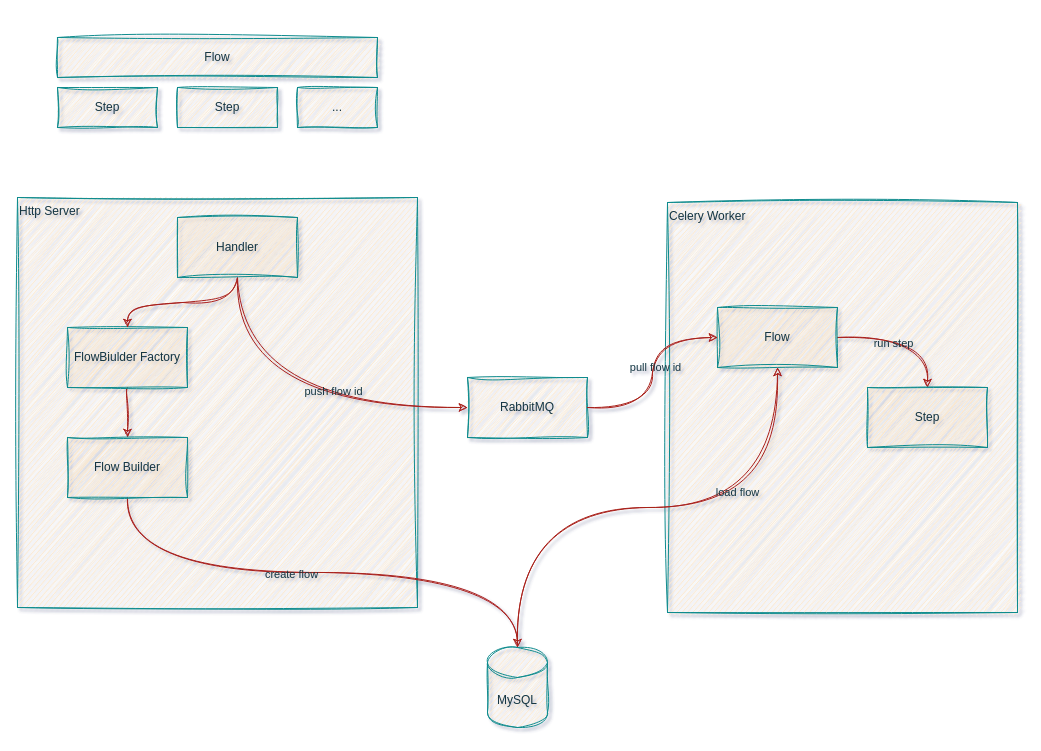
Before: 架构图.drawio in BeckChung/draw_io, a draw.io diagram. Source tidied: cells renumbered, new cells numbered last; positions are measured from the earlier drawing's top-left corner, leaving out a move shared by most shapes. Both pictures are drawn from the tidied source at 100%, with x=0, y=0 at pixel (17, 37).
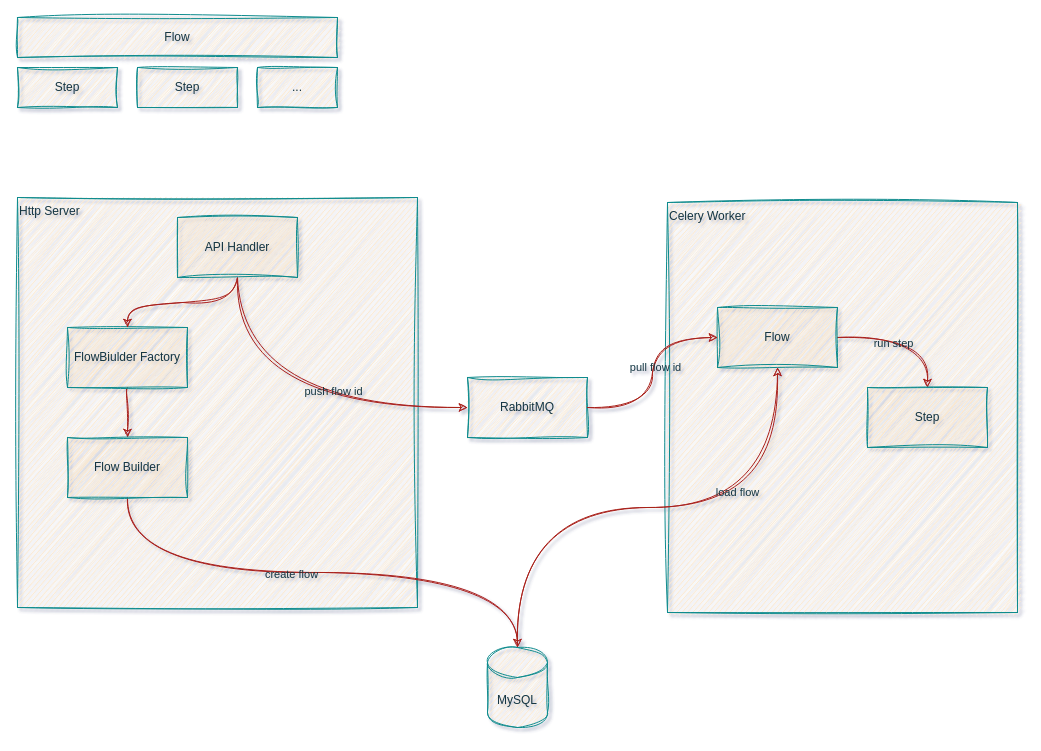
The same page after the edit.

Commit message (it also covers changes not shown here):
更新架构图.drawio

The edit, as a diff of the source:
```diff
@@
     <mxCell id="2" value="Flow" style="rounded=0;whiteSpace=wrap;html=1;labelBackgroundColor=none;fillColor=#FAE5C7;strokeColor=#0F8B8D;fontColor=#143642;sketch=1;curveFitting=1;jiggle=2;" parent="1" vertex="1">
-      <mxGeometry x="40" width="320" height="40" as="geometry" />
+      <mxGeometry y="-20" width="320" height="40" as="geometry" />
     </mxCell>
     <mxCell id="3" value="Step" style="rounded=0;whiteSpace=wrap;html=1;labelBackgroundColor=none;fillColor=#FAE5C7;strokeColor=#0F8B8D;fontColor=#143642;sketch=1;curveFitting=1;jiggle=2;" parent="1" vertex="1">
-      <mxGeometry x="40" y="50" width="100" height="40" as="geometry" />
+      <mxGeometry y="30" width="100" height="40" as="geometry" />
     </mxCell>
     <mxCell id="4" value="Step" style="rounded=0;whiteSpace=wrap;html=1;labelBackgroundColor=none;fillColor=#FAE5C7;strokeColor=#0F8B8D;fontColor=#143642;sketch=1;curveFitting=1;jiggle=2;" parent="1" vertex="1">
-      <mxGeometry x="160" y="50" width="100" height="40" as="geometry" />
+      <mxGeometry x="120" y="30" width="100" height="40" as="geometry" />
     </mxCell>
     <mxCell id="5" value="..." style="rounded=0;whiteSpace=wrap;html=1;labelBackgroundColor=none;fillColor=#FAE5C7;strokeColor=#0F8B8D;fontColor=#143642;sketch=1;curveFitting=1;jiggle=2;" parent="1" vertex="1">
-      <mxGeometry x="280" y="50" width="80" height="40" as="geometry" />
+      <mxGeometry x="240" y="30" width="80" height="40" as="geometry" />
     </mxCell>
@@
-    <mxCell id="23" value="Handler" style="rounded=0;whiteSpace=wrap;html=1;labelBackgroundColor=none;fillColor=#FAE5C7;strokeColor=#0F8B8D;fontColor=#143642;sketch=1;curveFitting=1;jiggle=2;" parent="1" vertex="1">
+    <mxCell id="23" value="API Handler" style="rounded=0;whiteSpace=wrap;html=1;labelBackgroundColor=none;fillColor=#FAE5C7;strokeColor=#0F8B8D;fontColor=#143642;sketch=1;curveFitting=1;jiggle=2;" parent="1" vertex="1">
       <mxGeometry x="160" y="180" width="120" height="60" as="geometry" />
     </mxCell>
```
